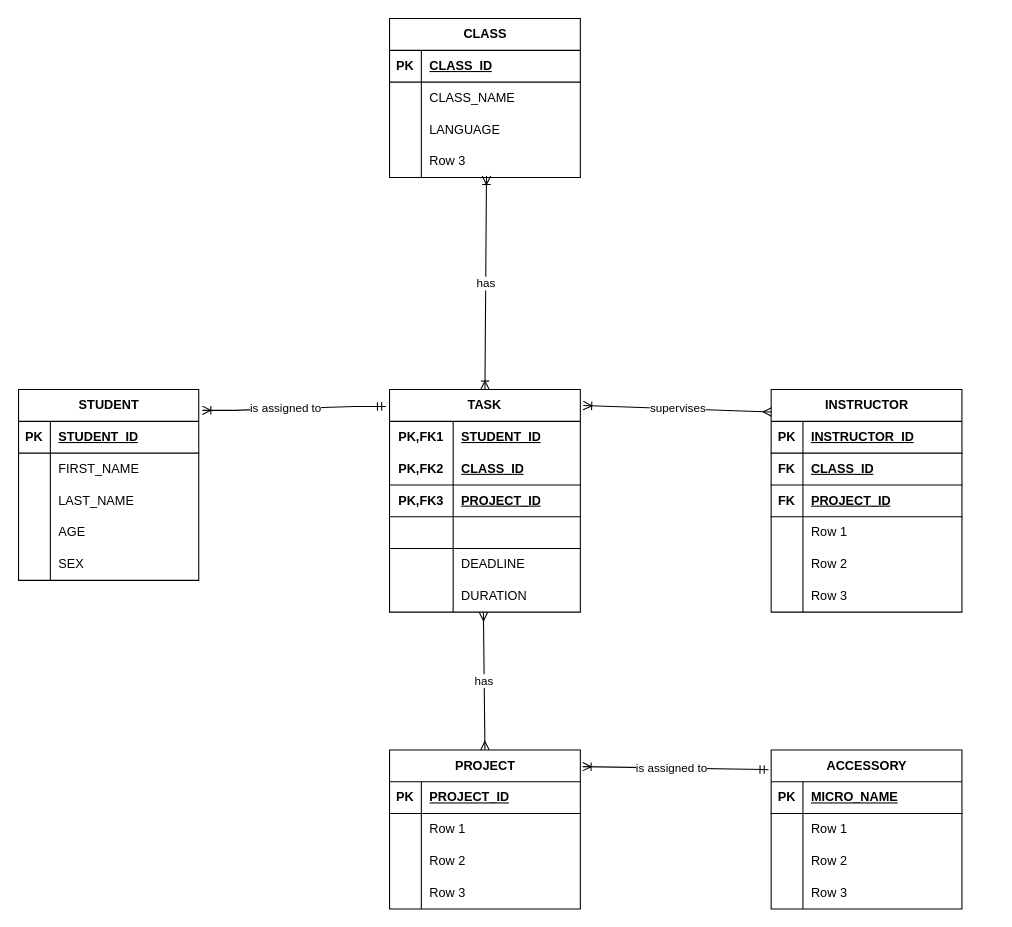
This is ER1.drawio from XeuphoriaXL/novelai_colab_chs, a draw.io file, before an edit. Source tidied: cells renumbered, new cells numbered last; positions are measured from the earlier drawing's top-left corner, leaving out a move shared by most shapes. Both pictures are drawn from the tidied source at 106%, with x=0, y=0 at pixel (18, 18).
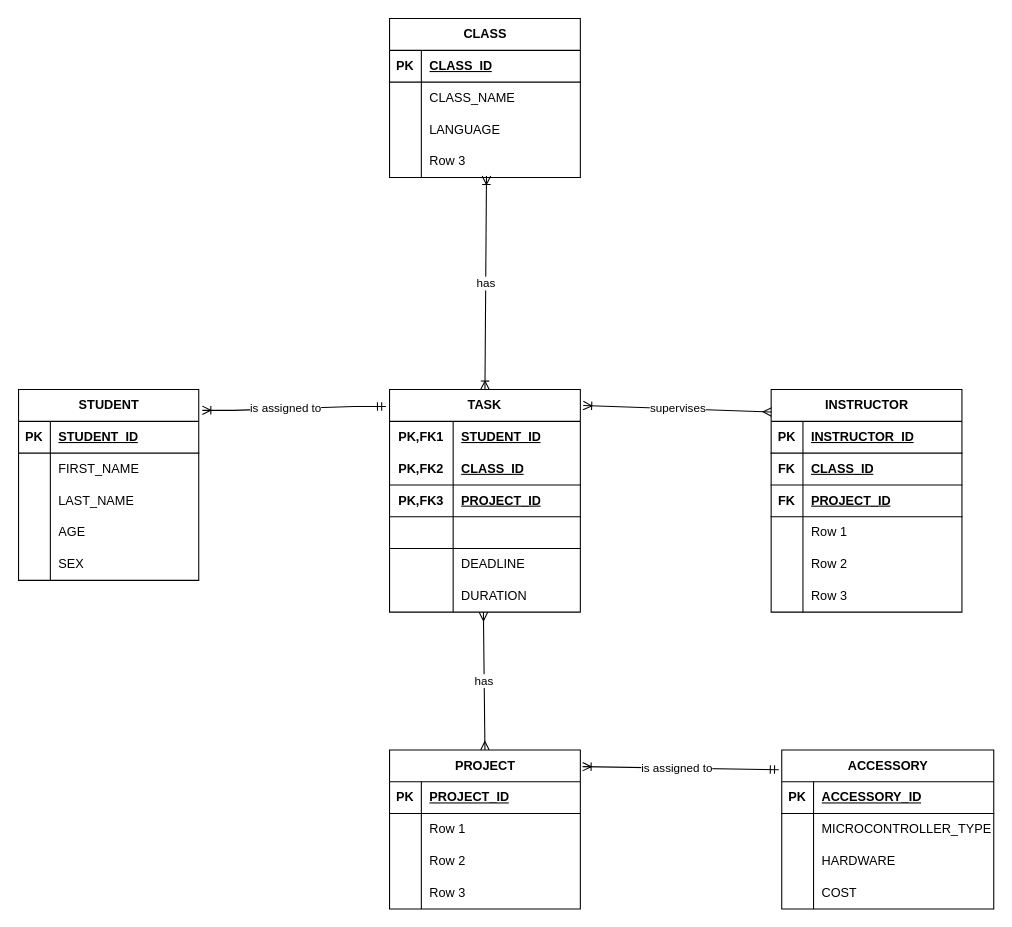
Above is the later version.

Change to the diagram source:
```diff
@@
     <mxCell id="87" value="ACCESSORY" style="shape=table;startSize=30;childLayout=tableLayout;rowLines=0;fontStyle=1;align=center;html=1;" parent="1" vertex="1">
-      <mxGeometry x="710" y="690" width="180" height="150" as="geometry" />
+      <mxGeometry x="720" y="690" width="200" height="150" as="geometry" />
     </mxCell>
     <mxCell id="88" style="shape=tableRow;horizontal=0;startSize=0;swimlaneHead=0;swimlaneBody=0;fillColor=none;top=0;left=0;right=0;bottom=1;" parent="87" vertex="1">
-      <mxGeometry y="30" width="180" height="30" as="geometry" />
+      <mxGeometry y="30" width="200" height="30" as="geometry" />
     </mxCell>
@@
-    <mxCell id="90" value="MICRO_NAME" style="shape=partialRectangle;fillColor=none;top=0;left=0;bottom=0;right=0;align=left;spacingLeft=6;fontStyle=5;overflow=hidden;whiteSpace=wrap;html=1;" parent="88" vertex="1">
-      <mxGeometry x="30" width="150" height="30" as="geometry" />
+    <mxCell id="90" value="ACCESSORY_ID" style="shape=partialRectangle;fillColor=none;top=0;left=0;bottom=0;right=0;align=left;spacingLeft=6;fontStyle=5;overflow=hidden;whiteSpace=wrap;html=1;" parent="88" vertex="1">
+      <mxGeometry x="30" width="170" height="30" as="geometry" />
     </mxCell>
     <mxCell id="91" style="shape=tableRow;horizontal=0;startSize=0;swimlaneHead=0;swimlaneBody=0;fillColor=none;top=0;left=0;right=0;bottom=0;" parent="87" vertex="1">
-      <mxGeometry y="60" width="180" height="30" as="geometry" />
+      <mxGeometry y="60" width="200" height="30" as="geometry" />
     </mxCell>
@@
-    <mxCell id="93" value="Row 1" style="shape=partialRectangle;fillColor=none;top=0;left=0;bottom=0;right=0;align=left;spacingLeft=6;overflow=hidden;whiteSpace=wrap;html=1;" parent="91" vertex="1">
-      <mxGeometry x="30" width="150" height="30" as="geometry" />
+    <mxCell id="93" value="MICROCONTROLLER_TYPE" style="shape=partialRectangle;fillColor=none;top=0;left=0;bottom=0;right=0;align=left;spacingLeft=6;overflow=hidden;whiteSpace=wrap;html=1;" parent="91" vertex="1">
+      <mxGeometry x="30" width="170" height="30" as="geometry" />
     </mxCell>
     <mxCell id="94" style="shape=tableRow;horizontal=0;startSize=0;swimlaneHead=0;swimlaneBody=0;fillColor=none;top=0;left=0;right=0;bottom=0;" parent="87" vertex="1">
-      <mxGeometry y="90" width="180" height="30" as="geometry" />
+      <mxGeometry y="90" width="200" height="30" as="geometry" />
     </mxCell>
@@
-    <mxCell id="96" value="Row 2" style="shape=partialRectangle;fillColor=none;top=0;left=0;bottom=0;right=0;align=left;spacingLeft=6;overflow=hidden;whiteSpace=wrap;html=1;" parent="94" vertex="1">
-      <mxGeometry x="30" width="150" height="30" as="geometry" />
+    <mxCell id="96" value="HARDWARE" style="shape=partialRectangle;fillColor=none;top=0;left=0;bottom=0;right=0;align=left;spacingLeft=6;overflow=hidden;whiteSpace=wrap;html=1;" parent="94" vertex="1">
+      <mxGeometry x="30" width="170" height="30" as="geometry" />
     </mxCell>
     <mxCell id="97" style="shape=tableRow;horizontal=0;startSize=0;swimlaneHead=0;swimlaneBody=0;fillColor=none;top=0;left=0;right=0;bottom=0;" parent="87" vertex="1">
-      <mxGeometry y="120" width="180" height="30" as="geometry" />
+      <mxGeometry y="120" width="200" height="30" as="geometry" />
     </mxCell>
@@
-    <mxCell id="99" value="Row 3" style="shape=partialRectangle;fillColor=none;top=0;left=0;bottom=0;right=0;align=left;spacingLeft=6;overflow=hidden;whiteSpace=wrap;html=1;" parent="97" vertex="1">
-      <mxGeometry x="30" width="150" height="30" as="geometry" />
+    <mxCell id="99" value="COST" style="shape=partialRectangle;fillColor=none;top=0;left=0;bottom=0;right=0;align=left;spacingLeft=6;overflow=hidden;whiteSpace=wrap;html=1;" parent="97" vertex="1">
+      <mxGeometry x="30" width="170" height="30" as="geometry" />
     </mxCell>
```
